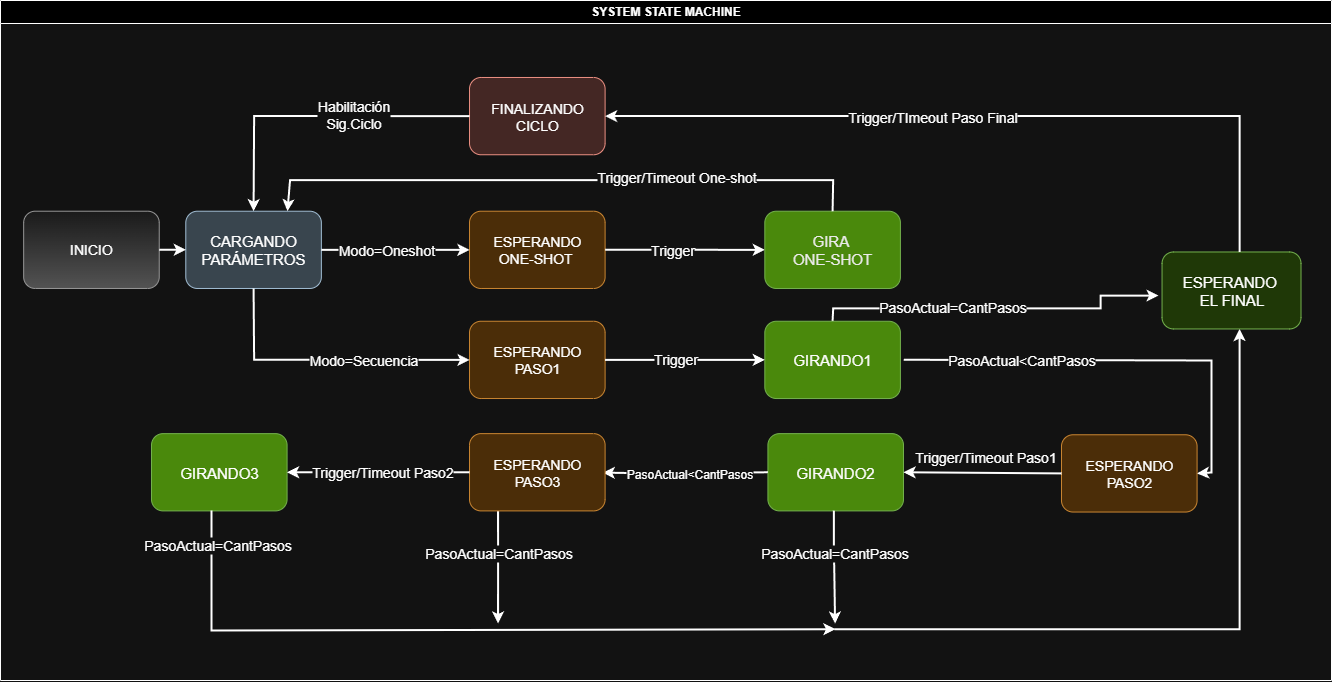
Before: StepCtrl.diagramaDeEstados.png, a diagram exported from draw.io (lucashorminoguez/StepCtrl). Source tidied: cells renumbered, new cells last; positions are measured from the earlier drawing's top-left corner, leaving out a move shared by most shapes.
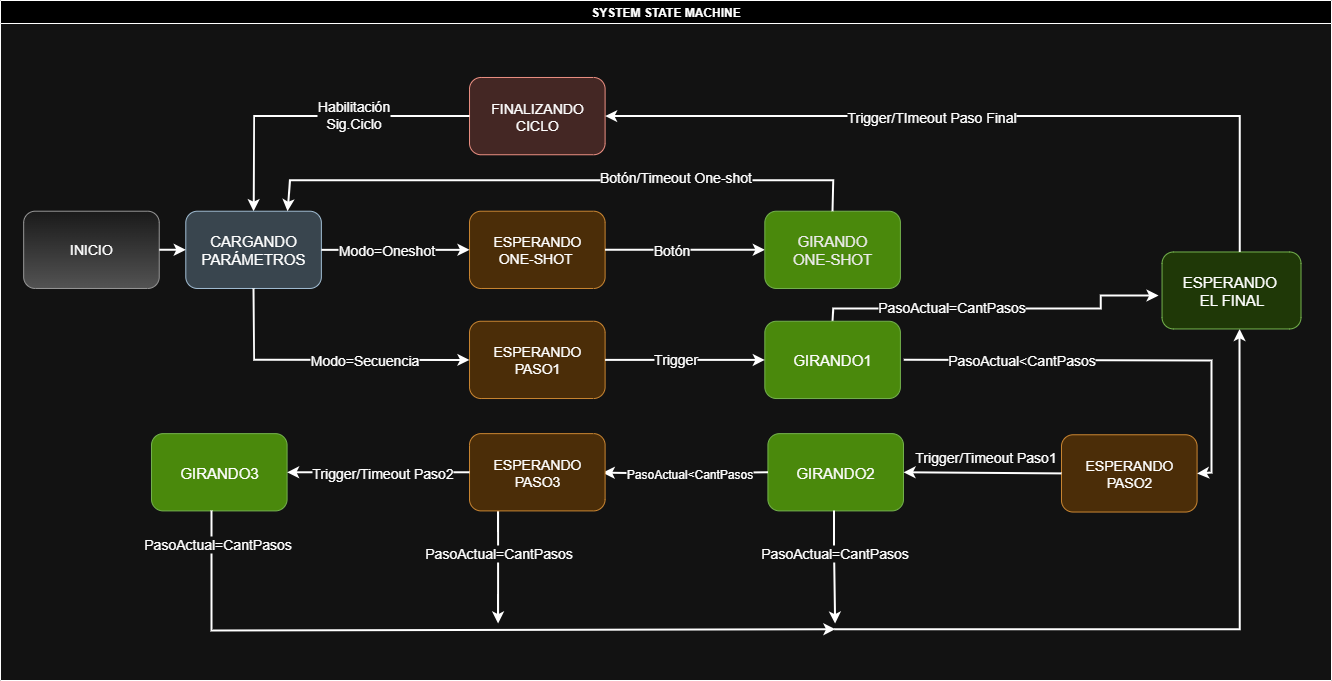
Later version of the same file.

What changed in the source:
```diff
@@ -105,12 +105,12 @@
     <mxCell id="21" style="edgeStyle=orthogonalEdgeStyle;rounded=0;jettySize=auto;html=1;entryX=0;entryY=0.5;entryDx=0;entryDy=0;strokeWidth=2;" parent="2" edge="1" source="20" target="23">
       <mxGeometry relative="1" as="geometry" />
     </mxCell>
-    <mxCell id="22" value="Trigger" style="edgeLabel;html=1;align=center;verticalAlign=middle;rotation=0;fontSize=14;" parent="21" vertex="1">
+    <mxCell id="22" value="Botón" style="edgeLabel;html=1;align=center;verticalAlign=middle;rotation=0;fontSize=14;" parent="21" vertex="1">
       <mxGeometry x="-0.33" y="-1" relative="1" as="geometry">
         <mxPoint x="12" y="-1" as="offset" />
       </mxGeometry>
     </mxCell>
-    <mxCell id="23" value="&lt;font style=&quot;color: light-dark(rgb(0, 0, 0), rgb(235, 235, 235)); font-size: 15px;&quot;&gt;GIRA&amp;nbsp;&lt;/font&gt;&lt;div&gt;&lt;font style=&quot;color: light-dark(rgb(0, 0, 0), rgb(235, 235, 235)); font-size: 15px;&quot;&gt;ONE-SHOT&lt;/font&gt;&lt;/div&gt;" style="rounded=1;whiteSpace=wrap;html=1;rotation=0;fillColor=#60a917;fontColor=#ffffff;strokeColor=#2D7600;" parent="2" vertex="1">
+    <mxCell id="23" value="&lt;font style=&quot;color: light-dark(rgb(0, 0, 0), rgb(235, 235, 235)); font-size: 15px;&quot;&gt;GIRANDO&lt;/font&gt;&lt;div&gt;&lt;font style=&quot;color: light-dark(rgb(0, 0, 0), rgb(235, 235, 235)); font-size: 15px;&quot;&gt;ONE-SHOT&lt;/font&gt;&lt;/div&gt;" style="rounded=1;whiteSpace=wrap;html=1;rotation=0;fillColor=#60a917;fontColor=#ffffff;strokeColor=#2D7600;" parent="2" vertex="1">
       <mxGeometry x="764.3" y="210.7" width="135.6" height="77.3" as="geometry" />
     </mxCell>
     <mxCell id="24" value="&lt;span style=&quot;background-color: transparent; color: light-dark(rgb(0, 0, 0), rgb(255, 255, 255));&quot;&gt;&lt;font style=&quot;font-size: 14px;&quot;&gt;FINALIZANDO&lt;/font&gt;&lt;/span&gt;&lt;div&gt;&lt;span style=&quot;background-color: transparent; color: light-dark(rgb(0, 0, 0), rgb(255, 255, 255));&quot;&gt;&lt;font style=&quot;font-size: 14px;&quot;&gt;CICLO&lt;/font&gt;&lt;/span&gt;&lt;/div&gt;" style="rounded=1;whiteSpace=wrap;html=1;rotation=0;fillColor=#fad9d5;strokeColor=#ae4132;" parent="2" vertex="1">
@@ -204,7 +204,7 @@
         </Array>
       </mxGeometry>
     </mxCell>
-    <mxCell id="45" value="&lt;font&gt;Trigger/Timeout One-shot&lt;/font&gt;" style="edgeLabel;html=1;align=center;verticalAlign=middle;fontSize=14;" parent="44" vertex="1">
+    <mxCell id="45" value="&lt;font&gt;Botón/Timeout One-shot&lt;/font&gt;" style="edgeLabel;html=1;align=center;verticalAlign=middle;fontSize=14;" parent="44" vertex="1">
       <mxGeometry x="-0.38" y="-3" relative="1" as="geometry" />
     </mxCell>
     <mxCell id="46" style="endArrow=classic;html=1;rounded=0;entryX=1;entryY=0.5;entryDx=0;entryDy=0;strokeWidth=2;" parent="2" edge="1" target="24">
```
